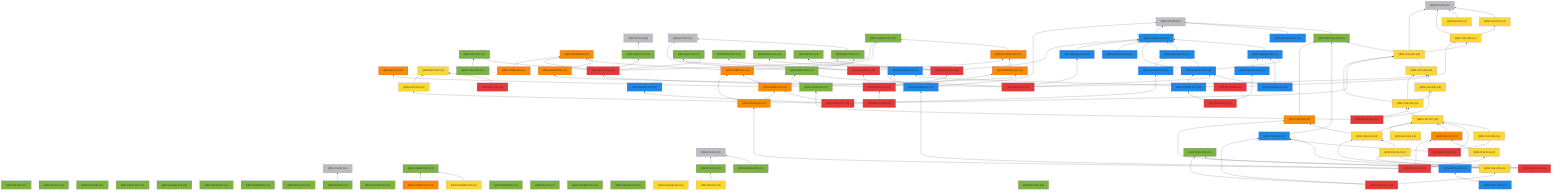
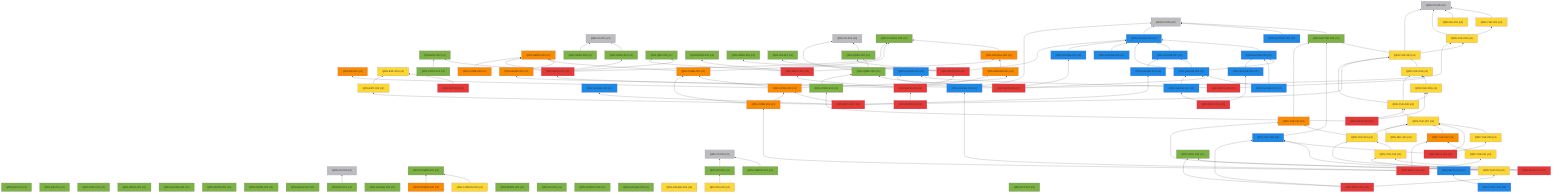
%% 自動生成 (dag/report.pl) — QRN 主張依存グラフ
graph BT
  QRN_C0_001["QRN-C0-001 (c0)"]:::c0
  QRN_C0_002["QRN-C0-002 (c0)"]:::c0
  QRN_C0_003["QRN-C0-003 (c0)"]:::c0
  QRN_C0_004["QRN-C0-004 (c0)"]:::c0
  QRN_C0_005["QRN-C0-005 (c0)"]:::c0
  QRN_C0_006["QRN-C0-006 (c0)"]:::c0
  QRN_QM_001["QRN-QM-001 (c1)"]:::c1
  QRN_GR_001["QRN-GR-001 (c1)"]:::c1
  QRN_STAT_001["QRN-STAT-001 (c1)"]:::c1
  QRN_FIELD_001["QRN-FIELD-001 (c1)"]:::c1
  QRN_GAUGE_001["QRN-GAUGE-001 (c1)"]:::c1
  QRN_ENT_001["QRN-ENT-001 (c1)"]:::c1
  QRN_GEOM_001["QRN-GEOM-001 (c1)"]:::c1
  QRN_GEOM_002["QRN-GEOM-002 (c1)"]:::c1
  QRN_GEOM_003["QRN-GEOM-003 (c3)"]:::c3
  QRN_GRAV_001["QRN-GRAV-001 (c1)"]:::c1
  QRN_GRAV_002["QRN-GRAV-002 (c1)"]:::c1
  QRN_BH_001["QRN-BH-001 (c1)"]:::c1
  QRN_CAUSAL_001["QRN-CAUSAL-001 (c1)"]:::c1
  QRN_CAUSAL_002["QRN-CAUSAL-002 (c3)"]:::c3
  QRN_ER_001["QRN-ER-001 (c3)"]:::c3
  QRN_QEC_001["QRN-QEC-001 (c1)"]:::c1
  QRN_GAUGE_002["QRN-GAUGE-002 (c1)"]:::c1
  QRN_COSMO_001["QRN-COSMO-001 (c1)"]:::c1
  QRN_COSMO_002["QRN-COSMO-002 (c4)"]:::c4
  QRN_COSMO_003["QRN-COSMO-003 (c3)"]:::c3
  QRN_BORN_001["QRN-BORN-001 (c1)"]:::c1
  QRN_BORN_002["QRN-BORN-002 (c1)"]:::c1
  QRN_GRAV_003["QRN-GRAV-003 (c1)"]:::c1
  QRN_KK_001["QRN-KK-001 (c1)"]:::c1
  QRN_MATTER_001["QRN-MATTER-001 (c1)"]:::c1
  QRN_MATTER_002["QRN-MATTER-002 (c2)"]:::c2
  QRN_COSMO_004["QRN-COSMO-004 (c1)"]:::c1
  QRN_EXP_001["QRN-EXP-001 (c4)"]:::c4
  QRN_GAUGE_003["QRN-GAUGE-003 (c2)"]:::c2
  QRN_GAUGE_004["QRN-GAUGE-004 (c1)"]:::c1
  QRN_GAUGE_005["QRN-GAUGE-005 (c4)"]:::c4
  QRN_YUK_001["QRN-YUK-001 (c4)"]:::c4
  QRN_RG_001["QRN-RG-001 (c1)"]:::c1
  QRN_UNRUH_001["QRN-UNRUH-001 (c1)"]:::c1
  QRN_QNEC_001["QRN-QNEC-001 (c1)"]:::c1
  QRN_NU_001["QRN-NU-001 (c4)"]:::c4
  QRN_GAUGE_006["QRN-GAUGE-006 (c2)"]:::c2
  QRN_DS_001["QRN-DS-001 (c1)"]:::c1
  QRN_DS_002["QRN-DS-002 (c4)"]:::c4
  QRN_ARROW_001["QRN-ARROW-001 (c3)"]:::c3
  QRN_GAUGE_007["QRN-GAUGE-007 (c2)"]:::c2
  QRN_EFT_001["QRN-EFT-001 (c1)"]:::c1
  QRN_GAUGE_008["QRN-GAUGE-008 (c2)"]:::c2
  QRN_GAUGE_009["QRN-GAUGE-009 (c2)"]:::c2
  QRN_GAUGE_010["QRN-GAUGE-010 (c2)"]:::c2
  QRN_QNEC_002["QRN-QNEC-002 (c1)"]:::c1
  QRN_GEOM_004["QRN-GEOM-004 (c3)"]:::c3
  QRN_YUK_002["QRN-YUK-002 (c4)"]:::c4
  QRN_EXP_002["QRN-EXP-002 (c5)"]:::c5
  QRN_CORE_001["QRN-CORE-001 (c3)"]:::c3
  QRN_GAUGE_011["QRN-GAUGE-011 (c2)"]:::c2
  QRN_GAUGE_012["QRN-GAUGE-012 (c2)"]:::c2
  QRN_YUK_003["QRN-YUK-003 (c4)"]:::c4
  QRN_EXP_003["QRN-EXP-003 (c4)"]:::c4
  QRN_CORE_002["QRN-CORE-002 (c3)"]:::c3
  QRN_GAUGE_013["QRN-GAUGE-013 (c2)"]:::c2
  QRN_YUK_004["QRN-YUK-004 (c4)"]:::c4
  QRN_GAUGE_014["QRN-GAUGE-014 (c2)"]:::c2
  QRN_META_001["QRN-META-001 (c5)"]:::c5
  QRN_META_002["QRN-META-002 (c5)"]:::c5
  QRN_META_003["QRN-META-003 (c5)"]:::c5
  QRN_META_004["QRN-META-004 (c5)"]:::c5
  QRN_META_005["QRN-META-005 (c5)"]:::c5
  QRN_META_006["QRN-META-006 (c5)"]:::c5
  QRN_META_007["QRN-META-007 (c5)"]:::c5
  QRN_META_008["QRN-META-008 (c5)"]:::c5
  QRN_YUK_005["QRN-YUK-005 (c4)"]:::c4
  QRN_YUK_006["QRN-YUK-006 (c4)"]:::c4
  QRN_CORE_003["QRN-CORE-003 (c1)"]:::c1
  QRN_META_009["QRN-META-009 (c5)"]:::c5
  QRN_YUK_007["QRN-YUK-007 (c4)"]:::c4
  QRN_YUK_008["QRN-YUK-008 (c4)"]:::c4
  QRN_YUK_009["QRN-YUK-009 (c2)"]:::c2
  QRN_META_010["QRN-META-010 (c5)"]:::c5
  QRN_GAUGE_015["QRN-GAUGE-015 (c2)"]:::c2
  QRN_YUK_010["QRN-YUK-010 (c3)"]:::c3
  QRN_YUK_011["QRN-YUK-011 (c4)"]:::c4
  QRN_CORE_004["QRN-CORE-004 (c3)"]:::c3
  QRN_META_011["QRN-META-011 (c5)"]:::c5
  QRN_YUK_012["QRN-YUK-012 (c3)"]:::c3
  QRN_YUK_013["QRN-YUK-013 (c4)"]:::c4
  QRN_YUK_014["QRN-YUK-014 (c4)"]:::c4
  QRN_META_012["QRN-META-012 (c5)"]:::c5
  QRN_TOOL_001["QRN-TOOL-001 (c1)"]:::c1
  QRN_YUK_015["QRN-YUK-015 (c4)"]:::c4
  QRN_META_013["QRN-META-013 (c5)"]:::c5
  QRN_GAUGE_016["QRN-GAUGE-016 (c2)"]:::c2
  QRN_GAUGE_017["QRN-GAUGE-017 (c2)"]:::c2
  QRN_META_014["QRN-META-014 (c5)"]:::c5
  QRN_META_015["QRN-META-015 (c2)"]:::c2
  QRN_TOOL_002["QRN-TOOL-002 (c2)"]:::c2
  QRN_CORE_005["QRN-CORE-005 (c3)"]:::c3
  QRN_CONT_001["QRN-CONT-001 (c1)"]:::c1
  QRN_SEL_001["QRN-SEL-001 (c4)"]:::c4
+   QRN_GRAV_004["QRN-GRAV-004 (c1)"]:::c1
  QRN_GRAV_001 --> QRN_C0_001
  QRN_BH_001 --> QRN_C0_003
  QRN_CAUSAL_002 --> QRN_CAUSAL_001
  QRN_COSMO_002 --> QRN_COSMO_001
  QRN_COSMO_003 --> QRN_COSMO_001
  QRN_MATTER_001 --> QRN_C0_005
  QRN_MATTER_002 --> QRN_C0_005
  QRN_GAUGE_003 --> QRN_C0_005
  QRN_YUK_001 --> QRN_C0_006
  QRN_UNRUH_001 --> QRN_C0_004
  QRN_QNEC_001 --> QRN_C0_002
  QRN_NU_001 --> QRN_C0_006
  QRN_GAUGE_006 --> QRN_GAUGE_003
  QRN_DS_001 --> QRN_C0_004
  QRN_DS_002 --> QRN_DS_001
  QRN_ARROW_001 --> QRN_CAUSAL_002
  QRN_GAUGE_007 --> QRN_GAUGE_003
  QRN_GAUGE_008 --> QRN_GAUGE_003
  QRN_GAUGE_008 --> QRN_GAUGE_006
  QRN_GAUGE_008 --> QRN_GAUGE_007
  QRN_GAUGE_009 --> QRN_GAUGE_003
  QRN_GAUGE_010 --> QRN_GAUGE_006
  QRN_GAUGE_010 --> QRN_GAUGE_008
  QRN_QNEC_002 --> QRN_C0_002
  QRN_QNEC_002 --> QRN_QNEC_001
  QRN_GEOM_004 --> QRN_GEOM_003
  QRN_YUK_002 --> QRN_C0_006
  QRN_YUK_002 --> QRN_YUK_001
  QRN_EXP_002 --> QRN_EXP_001
  QRN_CORE_001 --> QRN_GEOM_003
  QRN_CORE_001 --> QRN_CAUSAL_001
  QRN_GAUGE_011 --> QRN_GAUGE_003
  QRN_YUK_003 --> QRN_C0_006
  QRN_YUK_003 --> QRN_MATTER_001
  QRN_YUK_003 --> QRN_YUK_002
  QRN_EXP_003 --> QRN_EXP_001
  QRN_CORE_002 --> QRN_CORE_001
  QRN_CORE_002 --> QRN_ER_001
  QRN_CORE_002 --> QRN_ARROW_001
  QRN_GAUGE_013 --> QRN_GAUGE_007
  QRN_YUK_004 --> QRN_YUK_003
  QRN_META_001 --> QRN_GEOM_003
  QRN_META_001 --> QRN_GRAV_001
  QRN_META_001 --> QRN_CAUSAL_001
  QRN_META_001 --> QRN_QEC_001
  QRN_META_001 --> QRN_ENT_001
  QRN_META_002 --> QRN_QEC_001
  QRN_META_002 --> QRN_BORN_001
  QRN_META_002 --> QRN_CAUSAL_002
  QRN_META_003 --> QRN_GAUGE_003
  QRN_META_003 --> QRN_RG_001
  QRN_META_003 --> QRN_QNEC_001
  QRN_META_003 --> QRN_GRAV_003
  QRN_META_004 --> QRN_META_001
  QRN_META_004 --> QRN_META_002
  QRN_META_004 --> QRN_META_003
  QRN_META_004 --> QRN_ARROW_001
  QRN_META_005 --> QRN_META_004
  QRN_META_006 --> QRN_GAUGE_008
  QRN_META_006 --> QRN_QNEC_002
  QRN_META_006 --> QRN_GEOM_004
  QRN_META_006 --> QRN_YUK_002
  QRN_META_006 --> QRN_GAUGE_011
  QRN_META_007 --> QRN_GAUGE_012
  QRN_META_007 --> QRN_YUK_003
  QRN_META_007 --> QRN_EXP_003
  QRN_META_007 --> QRN_CORE_002
  QRN_META_007 --> QRN_GAUGE_013
  QRN_META_008 --> QRN_YUK_004
  QRN_META_008 --> QRN_GAUGE_014
  QRN_YUK_005 --> QRN_YUK_004
  QRN_YUK_006 --> QRN_YUK_003
  QRN_YUK_006 --> QRN_YUK_004
  QRN_YUK_006 --> QRN_YUK_005
  QRN_CORE_003 --> QRN_QNEC_002
  QRN_META_009 --> QRN_YUK_005
  QRN_META_009 --> QRN_YUK_006
  QRN_META_009 --> QRN_CORE_003
  QRN_YUK_007 --> QRN_YUK_006
  QRN_YUK_008 --> QRN_YUK_007
  QRN_YUK_009 --> QRN_MATTER_001
  QRN_META_010 --> QRN_YUK_007
  QRN_META_010 --> QRN_YUK_008
  QRN_META_010 --> QRN_YUK_009
  QRN_GAUGE_015 --> QRN_C0_005
  QRN_GAUGE_015 --> QRN_GAUGE_014
  QRN_YUK_010 --> QRN_YUK_007
  QRN_YUK_011 --> QRN_YUK_010
  QRN_CORE_004 --> QRN_CORE_001
  QRN_CORE_004 --> QRN_CORE_002
  QRN_META_011 --> QRN_GAUGE_015
  QRN_META_011 --> QRN_YUK_010
  QRN_META_011 --> QRN_YUK_011
  QRN_META_011 --> QRN_CORE_004
  QRN_YUK_012 --> QRN_MATTER_001
  QRN_YUK_013 --> QRN_YUK_012
  QRN_YUK_013 --> QRN_YUK_007
  QRN_YUK_014 --> QRN_YUK_013
  QRN_META_012 --> QRN_YUK_012
  QRN_META_012 --> QRN_YUK_013
  QRN_META_012 --> QRN_YUK_014
  QRN_YUK_015 --> QRN_YUK_014
  QRN_YUK_015 --> QRN_TOOL_001
  QRN_YUK_015 --> QRN_YUK_009
  QRN_META_013 --> QRN_YUK_015
  QRN_META_013 --> QRN_TOOL_001
  QRN_META_013 --> QRN_YUK_009
  QRN_GAUGE_016 --> QRN_GAUGE_006
  QRN_GAUGE_017 --> QRN_GAUGE_008
  QRN_META_014 --> QRN_GAUGE_016
  QRN_META_014 --> QRN_GAUGE_017
  QRN_TOOL_002 --> QRN_META_015
  QRN_CORE_005 --> QRN_GEOM_003
  QRN_CONT_001 --> QRN_ENT_001
  QRN_SEL_001 --> QRN_YUK_007
+   QRN_GRAV_004 --> QRN_C0_001
  classDef c0 fill:#bdbdbd
  classDef c1 fill:#7cb342
  classDef c2 fill:#1e88e5
  classDef c3 fill:#fb8c00
  classDef c4 fill:#fdd835
  classDef c5 fill:#e53935
